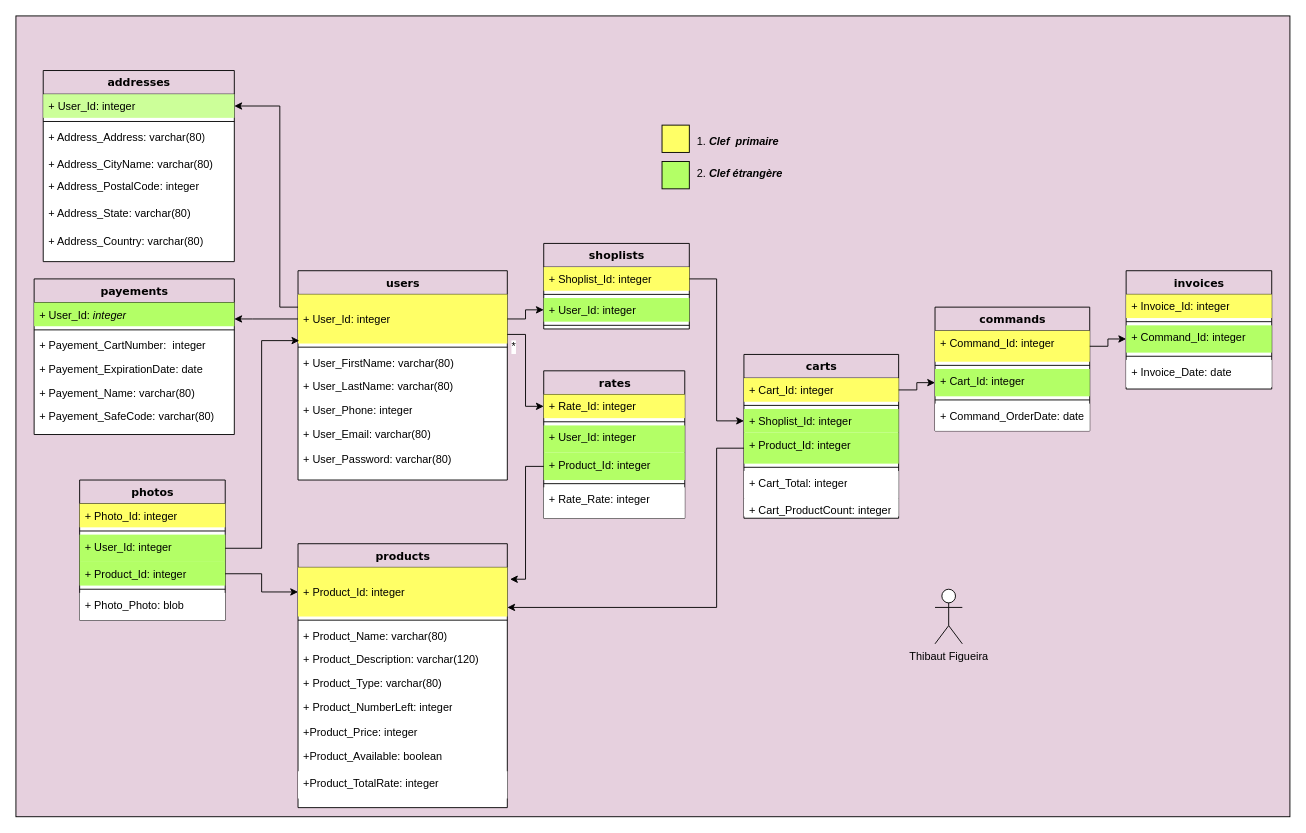
This is DMC.drawio from justachips/e-commerce-sql, a draw.io file, before an edit. Source tidied: cells renumbered, new cells numbered last; positions are measured from the earlier drawing's top-left corner, leaving out a move shared by most shapes. Both pictures are drawn from the tidied source at 91%, with x=0, y=0 at pixel (15, 15).
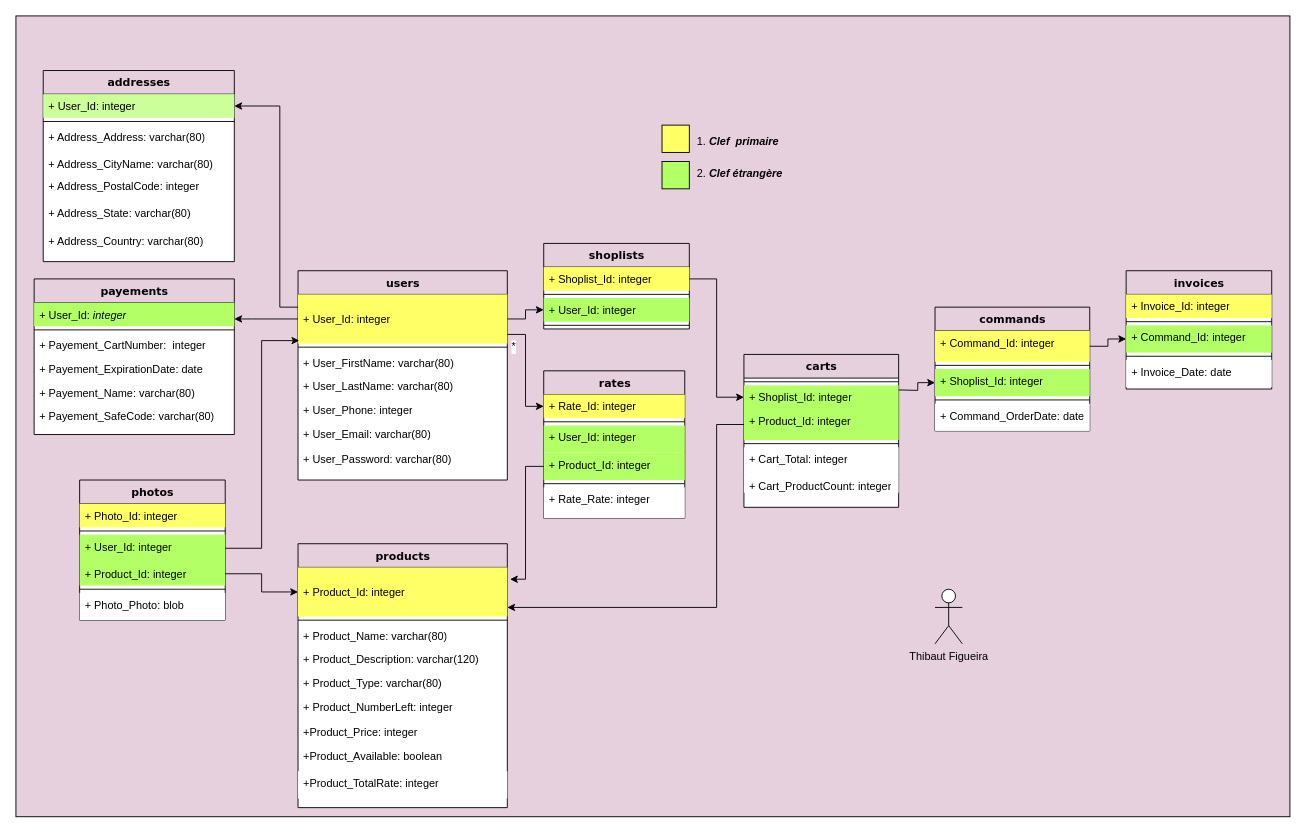
The same diagram, later.

The change refers to these unchanged cells:
```xml
<mxCell id="20" value="&lt;br&gt;+ Product_Id: integer" style="text;html=1;strokeColor=none;fillColor=#FFFF66;align=left;verticalAlign=top;spacingLeft=4;spacingRight=4;whiteSpace=wrap;overflow=hidden;points=[[0,0.5],[1,0.5]];portConstraint=eastwest;" parent="19" vertex="1">
  <mxGeometry y="26" width="230" height="54" as="geometry" />
</mxCell>
<mxCell id="36" value="commands" style="swimlane;html=1;fontStyle=1;align=center;verticalAlign=top;horizontal=1;startSize=26;swimlaneFillColor=#ffffff;rounded=0;shadow=0;comic=0;labelBackgroundColor=none;strokeWidth=1;fillColor=none;fontFamily=Verdana;fontSize=12;" parent="1" vertex="1">
  <mxGeometry x="1010" y="320" width="170" height="136" as="geometry" />
</mxCell>
```

Diff of the diagram source:
```diff
@@
-    <mxCell id="39" value="+ Cart_Id: integer" style="text;html=1;strokeColor=none;fillColor=#B3FF66;align=left;verticalAlign=top;spacingLeft=4;spacingRight=4;whiteSpace=wrap;overflow=hidden;points=[[0,0.5],[1,0.5]];portConstraint=eastwest;" parent="36" vertex="1">
+    <mxCell id="39" value="+ Shoplist_Id: integer" style="text;html=1;strokeColor=none;fillColor=#B3FF66;align=left;verticalAlign=top;spacingLeft=4;spacingRight=4;whiteSpace=wrap;overflow=hidden;points=[[0,0.5],[1,0.5]];portConstraint=eastwest;" parent="36" vertex="1">
       <mxGeometry y="68" width="170" height="30" as="geometry" />
     </mxCell>
@@
     <mxCell id="48" value="carts" style="swimlane;html=1;fontStyle=1;align=center;verticalAlign=top;horizontal=1;startSize=26;swimlaneFillColor=#ffffff;rounded=0;shadow=0;comic=0;labelBackgroundColor=none;strokeWidth=1;fillColor=none;fontFamily=Verdana;fontSize=12;" parent="1" vertex="1">
-      <mxGeometry x="800" y="372" width="170" height="180" as="geometry" />
+      <mxGeometry x="800" y="372" width="170" height="168" as="geometry" />
     </mxCell>
-    <mxCell id="49" value="+ Cart_Id: integer" style="text;html=1;strokeColor=none;fillColor=#FFFF66;align=left;verticalAlign=top;spacingLeft=4;spacingRight=4;whiteSpace=wrap;overflow=hidden;points=[[0,0.5],[1,0.5]];portConstraint=eastwest;" parent="48" vertex="1">
-      <mxGeometry y="26" width="170" height="26" as="geometry" />
-    </mxCell>
     <mxCell id="50" style="line;html=1;strokeWidth=1;fillColor=none;align=left;verticalAlign=middle;spacingTop=-1;spacingLeft=3;spacingRight=3;labelPosition=right;" parent="48" vertex="1">
-      <mxGeometry y="52" width="170" height="8" as="geometry" />
+      <mxGeometry y="26" width="170" height="8" as="geometry" />
     </mxCell>
     <mxCell id="51" value="+ Shoplist_Id: integer" style="text;html=1;strokeColor=none;fillColor=#B3FF66;align=left;verticalAlign=top;spacingLeft=4;spacingRight=4;whiteSpace=wrap;overflow=hidden;points=[[0,0.5],[1,0.5]];portConstraint=eastwest;" parent="48" vertex="1">
-      <mxGeometry y="60" width="170" height="26" as="geometry" />
+      <mxGeometry y="34" width="170" height="26" as="geometry" />
     </mxCell>
     <mxCell id="52" value="+ Product_Id: integer" style="text;html=1;strokeColor=none;fillColor=#B3FF66;align=left;verticalAlign=top;spacingLeft=4;spacingRight=4;whiteSpace=wrap;overflow=hidden;points=[[0,0.5],[1,0.5]];portConstraint=eastwest;" parent="48" vertex="1">
-      <mxGeometry y="86" width="170" height="34" as="geometry" />
+      <mxGeometry y="60" width="170" height="34" as="geometry" />
     </mxCell>
     <mxCell id="53" style="line;html=1;strokeWidth=1;fillColor=none;align=left;verticalAlign=middle;spacingTop=-1;spacingLeft=3;spacingRight=3;labelPosition=right;" parent="48" vertex="1">
-      <mxGeometry y="120" width="170" height="8" as="geometry" />
+      <mxGeometry y="94" width="170" height="8" as="geometry" />
     </mxCell>
     <mxCell id="54" value="+ Cart_Total: integer" style="text;html=1;strokeColor=none;fillColor=#FFFFFF;align=left;verticalAlign=top;spacingLeft=4;spacingRight=4;whiteSpace=wrap;overflow=hidden;" parent="48" vertex="1">
-      <mxGeometry y="128" width="170" height="30" as="geometry" />
+      <mxGeometry y="102" width="170" height="30" as="geometry" />
     </mxCell>
     <mxCell id="55" value="+ Cart_ProductCount: integer" style="text;html=1;strokeColor=none;fillColor=#FFFFFF;align=left;verticalAlign=top;spacingLeft=4;spacingRight=4;whiteSpace=wrap;overflow=hidden;" parent="48" vertex="1">
-      <mxGeometry y="158" width="170" height="20" as="geometry" />
+      <mxGeometry y="132" width="170" height="20" as="geometry" />
     </mxCell>
@@
-    <mxCell id="81" style="edgeStyle=orthogonalEdgeStyle;rounded=0;jettySize=auto;html=1;entryX=0;entryY=0.5;entryDx=0;entryDy=0;" parent="1" edge="1" source="49" target="39">
-      <mxGeometry relative="1" as="geometry" />
+    <mxCell id="81" style="edgeStyle=orthogonalEdgeStyle;rounded=0;jettySize=auto;html=1;entryX=0;entryY=0.5;entryDx=0;entryDy=0;" parent="1" edge="1" target="39">
+      <mxGeometry relative="1" as="geometry">
+        <mxPoint x="970" y="411" as="sourcePoint" />
+      </mxGeometry>
     </mxCell>
@@
     <mxCell id="89" style="edgeStyle=orthogonalEdgeStyle;rounded=0;jettySize=auto;html=1;" parent="1" edge="1" source="52" target="20">
       <mxGeometry relative="1" as="geometry">
         <Array as="points">
-          <mxPoint x="770" y="475" />
+          <mxPoint x="770" y="449" />
           <mxPoint x="770" y="650" />
         </Array>
       </mxGeometry>
     </mxCell>
```
